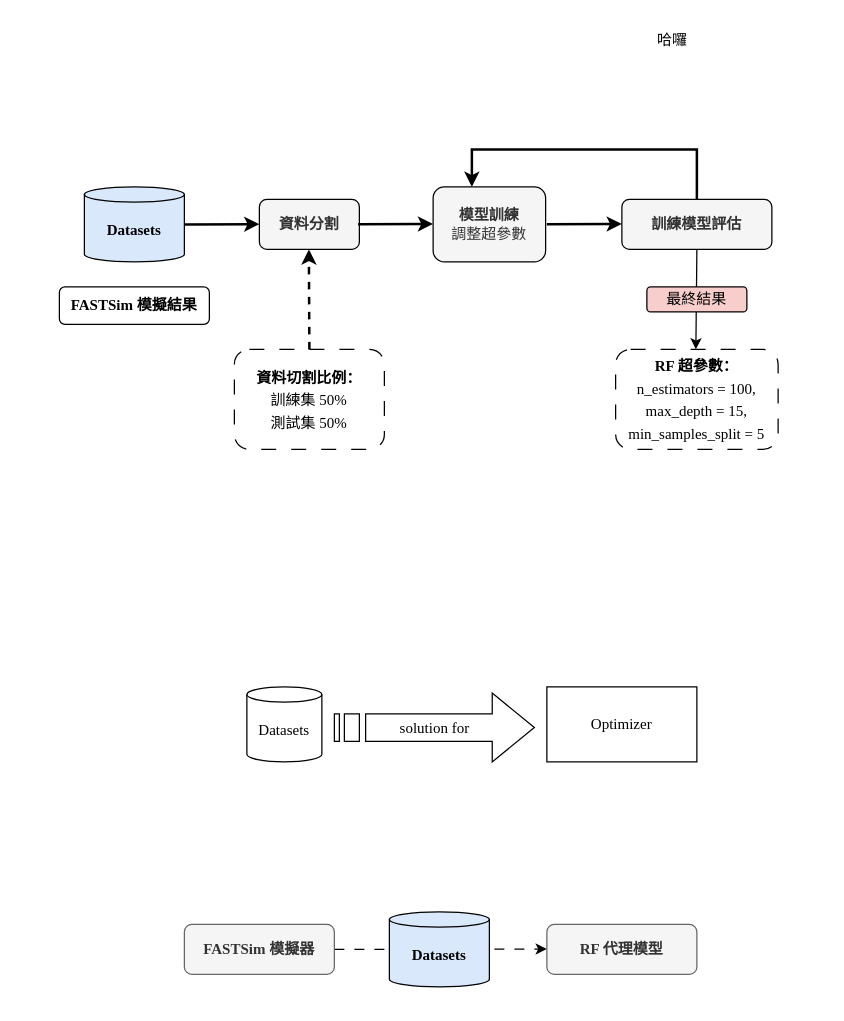
Above: page "第 2 页" (2 of 5) of 優化器模擬器互動.drawio in lai20021015/Automobile-energy-consumption-detector (draw.io), before the change. Source tidied: cells renumbered, new cells numbered last; positions are measured from the earlier drawing's top-left corner, leaving out a move shared by most shapes. Both pictures are drawn from the tidied source at 125%, with x=0, y=0 at pixel (21, 21).
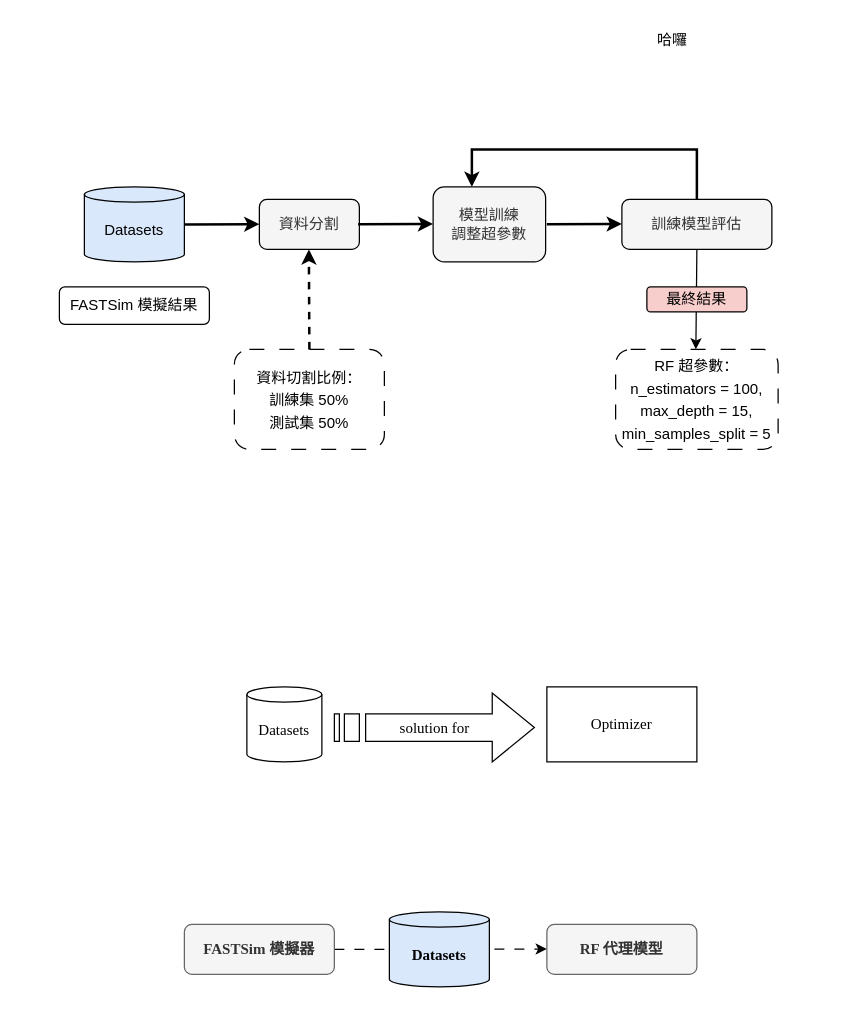
The same diagram, later.

Diff of the diagram source:
```diff
@@
-    <mxCell id="2" style="rounded=0;whiteSpace=wrap;html=1;strokeColor=#FFFFFF;" parent="1" vertex="1">
+    <mxCell id="2" style="rounded=0;whiteSpace=wrap;html=1;strokeColor=#FFFFFF;fontFamily=標楷體;fontStyle=0;" parent="1" vertex="1">
       <mxGeometry y="62" width="640" height="320" as="geometry" />
     </mxCell>
@@
-    <mxCell id="11" value="&lt;b&gt;Datasets&lt;/b&gt;" style="shape=cylinder3;whiteSpace=wrap;html=1;boundedLbl=1;backgroundOutline=1;size=6.10344827586232;fontFamily=Times New Roman;fillColor=#dae8fc;strokeColor=#000000;" parent="1" vertex="1">
+    <mxCell id="11" value="&lt;span&gt;Datasets&lt;/span&gt;" style="shape=cylinder3;whiteSpace=wrap;html=1;boundedLbl=1;backgroundOutline=1;size=6.10344827586232;fontFamily=標楷體;fillColor=#dae8fc;strokeColor=#000000;fontStyle=0;" parent="1" vertex="1">
       <mxGeometry x="50" y="132" width="80" height="60" as="geometry" />
     </mxCell>
-    <mxCell id="12" value="&lt;font face=&quot;Times New Roman&quot;&gt;&lt;b&gt;FASTSim 模擬結果&lt;/b&gt;&lt;/font&gt;" style="rounded=1;whiteSpace=wrap;html=1;" parent="1" vertex="1">
+    <mxCell id="12" value="&lt;font&gt;&lt;span&gt;FASTSim 模擬結果&lt;/span&gt;&lt;/font&gt;" style="rounded=1;whiteSpace=wrap;html=1;fontFamily=標楷體;fontStyle=0;" parent="1" vertex="1">
       <mxGeometry x="30" y="212" width="120" height="30" as="geometry" />
     </mxCell>
-    <mxCell id="13" value="&lt;font face=&quot;Times New Roman&quot;&gt;&lt;b&gt;資料分割&lt;/b&gt;&lt;/font&gt;" style="rounded=1;whiteSpace=wrap;html=1;fillColor=#f5f5f5;fontColor=#333333;strokeColor=#000000;" parent="1" vertex="1">
+    <mxCell id="13" value="&lt;font&gt;&lt;span&gt;資料分割&lt;/span&gt;&lt;/font&gt;" style="rounded=1;whiteSpace=wrap;html=1;fillColor=#f5f5f5;fontColor=#333333;strokeColor=#000000;fontFamily=標楷體;fontStyle=0;" parent="1" vertex="1">
       <mxGeometry x="190" y="142" width="80" height="40" as="geometry" />
     </mxCell>
-    <mxCell id="14" value="&lt;div style=&quot;line-height: 150%;&quot;&gt;&lt;font face=&quot;Times New Roman&quot;&gt;&lt;b&gt;資料切割比例：&lt;/b&gt;&lt;/font&gt;&lt;div&gt;&lt;font face=&quot;Times New Roman&quot;&gt;訓練集 50%&lt;/font&gt;&lt;/div&gt;&lt;div&gt;&lt;font face=&quot;Times New Roman&quot;&gt;測試集 50%&lt;/font&gt;&lt;/div&gt;&lt;/div&gt;" style="rounded=1;whiteSpace=wrap;html=1;dashed=1;dashPattern=12 12;" parent="1" vertex="1">
+    <mxCell id="14" value="&lt;div style=&quot;line-height: 150%;&quot;&gt;&lt;font&gt;&lt;span&gt;資料切割比例：&lt;/span&gt;&lt;/font&gt;&lt;div&gt;&lt;font&gt;訓練集 50%&lt;/font&gt;&lt;/div&gt;&lt;div&gt;&lt;font&gt;測試集 50%&lt;/font&gt;&lt;/div&gt;&lt;/div&gt;" style="rounded=1;whiteSpace=wrap;html=1;dashed=1;dashPattern=12 12;fontFamily=標楷體;fontStyle=0;" parent="1" vertex="1">
       <mxGeometry x="170" y="262" width="120" height="80" as="geometry" />
     </mxCell>
-    <mxCell id="15" value="&lt;font face=&quot;Times New Roman&quot;&gt;&lt;b&gt;模型訓練&lt;/b&gt;&lt;/font&gt;&lt;div&gt;&lt;font face=&quot;Times New Roman&quot;&gt;調整超參數&lt;/font&gt;&lt;/div&gt;" style="rounded=1;whiteSpace=wrap;html=1;fillColor=#f5f5f5;fontColor=#333333;strokeColor=#000000;" parent="1" vertex="1">
+    <mxCell id="15" value="&lt;font&gt;&lt;span&gt;模型訓練&lt;/span&gt;&lt;/font&gt;&lt;div&gt;&lt;font&gt;調整超參數&lt;/font&gt;&lt;/div&gt;" style="rounded=1;whiteSpace=wrap;html=1;fillColor=#f5f5f5;fontColor=#333333;strokeColor=#000000;fontFamily=標楷體;fontStyle=0;" parent="1" vertex="1">
       <mxGeometry x="329" y="132" width="90" height="60" as="geometry" />
     </mxCell>
-    <mxCell id="16" value="&lt;font face=&quot;Times New Roman&quot;&gt;訓練模型評估&lt;/font&gt;" style="rounded=1;whiteSpace=wrap;html=1;fontStyle=1;fillColor=#f5f5f5;fontColor=#333333;strokeColor=#000000;" parent="1" vertex="1">
+    <mxCell id="16" value="&lt;font&gt;訓練模型評估&lt;/font&gt;" style="rounded=1;whiteSpace=wrap;html=1;fontStyle=0;fillColor=#f5f5f5;fontColor=#333333;strokeColor=#000000;fontFamily=標楷體;" parent="1" vertex="1">
       <mxGeometry x="480" y="142" width="120" height="40" as="geometry" />
     </mxCell>
-    <mxCell id="17" value="&lt;div style=&quot;line-height: 150%;&quot;&gt;&lt;font face=&quot;Times New Roman&quot;&gt;&lt;b&gt;RF 超參數：&lt;/b&gt;&lt;/font&gt;&lt;div&gt;&lt;font face=&quot;Times New Roman&quot;&gt;n_estimators = 100,&lt;/font&gt;&lt;/div&gt;&lt;div&gt;&lt;font face=&quot;Times New Roman&quot;&gt;max_depth = 15,&lt;/font&gt;&lt;/div&gt;&lt;div&gt;&lt;font face=&quot;Times New Roman&quot;&gt;min_samples_split = 5&lt;/font&gt;&lt;/div&gt;&lt;/div&gt;" style="rounded=1;whiteSpace=wrap;html=1;dashed=1;dashPattern=12 12;" parent="1" vertex="1">
+    <mxCell id="17" value="&lt;div style=&quot;line-height: 150%;&quot;&gt;&lt;font&gt;&lt;span&gt;RF 超參數：&lt;/span&gt;&lt;/font&gt;&lt;div&gt;&lt;font&gt;n_estimators = 100,&lt;/font&gt;&lt;/div&gt;&lt;div&gt;&lt;font&gt;max_depth = 15,&lt;/font&gt;&lt;/div&gt;&lt;div&gt;&lt;font&gt;min_samples_split = 5&lt;/font&gt;&lt;/div&gt;&lt;/div&gt;" style="rounded=1;whiteSpace=wrap;html=1;dashed=1;dashPattern=12 12;fontFamily=標楷體;fontStyle=0;" parent="1" vertex="1">
       <mxGeometry x="475" y="262" width="130" height="80" as="geometry" />
     </mxCell>
-    <mxCell id="18" style="endArrow=classic;html=1;rounded=0;dashed=1;strokeWidth=2;exitX=0.5;exitY=0;exitDx=0;exitDy=0;" parent="1" edge="1" source="14">
+    <mxCell id="18" style="endArrow=classic;html=1;rounded=0;dashed=1;strokeWidth=2;exitX=0.5;exitY=0;exitDx=0;exitDy=0;fontFamily=標楷體;fontStyle=0;" parent="1" edge="1" source="14">
       <mxGeometry relative="1" as="geometry">
         <mxPoint x="229.6" y="182" as="targetPoint" />
       </mxGeometry>
     </mxCell>
-    <mxCell id="19" style="endArrow=classic;html=1;rounded=0;strokeWidth=2;exitX=1;exitY=0.5;exitDx=0;exitDy=0;exitPerimeter=0;" parent="1" edge="1" source="11">
+    <mxCell id="19" style="endArrow=classic;html=1;rounded=0;strokeWidth=2;exitX=1;exitY=0.5;exitDx=0;exitDy=0;exitPerimeter=0;fontFamily=標楷體;fontStyle=0;" parent="1" edge="1" source="11">
       <mxGeometry relative="1" as="geometry">
         <mxPoint x="190" y="161.8" as="targetPoint" />
       </mxGeometry>
     </mxCell>
-    <mxCell id="20" style="endArrow=classic;html=1;rounded=0;exitX=0.5;exitY=1;exitDx=0;exitDy=0;" parent="1" edge="1" source="16">
+    <mxCell id="20" style="endArrow=classic;html=1;rounded=0;exitX=0.5;exitY=1;exitDx=0;exitDy=0;fontFamily=標楷體;fontStyle=0;" parent="1" edge="1" source="16">
       <mxGeometry relative="1" as="geometry">
         <mxPoint x="539.2" y="262" as="targetPoint" />
       </mxGeometry>
     </mxCell>
-    <mxCell id="21" style="endArrow=classic;html=1;rounded=0;strokeWidth=2;edgeStyle=orthogonalEdgeStyle;exitX=0.5;exitY=0;exitDx=0;exitDy=0;" parent="1" edge="1" source="16">
+    <mxCell id="21" style="endArrow=classic;html=1;rounded=0;strokeWidth=2;edgeStyle=orthogonalEdgeStyle;exitX=0.5;exitY=0;exitDx=0;exitDy=0;fontFamily=標楷體;fontStyle=0;" parent="1" edge="1" source="16">
       <mxGeometry relative="1" as="geometry">
         <mxPoint x="360" y="132" as="targetPoint" />
         <Array as="points">
           <mxPoint x="540" y="102" />
           <mxPoint x="360" y="102" />
         </Array>
       </mxGeometry>
     </mxCell>
-    <mxCell id="22" style="endArrow=classic;html=1;rounded=0;strokeWidth=2;exitX=1;exitY=0.5;exitDx=0;exitDy=0;exitPerimeter=0;" parent="1" edge="1">
+    <mxCell id="22" style="endArrow=classic;html=1;rounded=0;strokeWidth=2;exitX=1;exitY=0.5;exitDx=0;exitDy=0;exitPerimeter=0;fontFamily=標楷體;fontStyle=0;" parent="1" edge="1">
       <mxGeometry relative="1" as="geometry">
         <mxPoint x="269" y="161.8" as="sourcePoint" />
         <mxPoint x="329" y="161.6" as="targetPoint" />
       </mxGeometry>
     </mxCell>
-    <mxCell id="23" style="endArrow=classic;html=1;rounded=0;strokeWidth=2;exitX=1;exitY=0.5;exitDx=0;exitDy=0;exitPerimeter=0;" parent="1" edge="1">
+    <mxCell id="23" style="endArrow=classic;html=1;rounded=0;strokeWidth=2;exitX=1;exitY=0.5;exitDx=0;exitDy=0;exitPerimeter=0;fontFamily=標楷體;fontStyle=0;" parent="1" edge="1">
       <mxGeometry relative="1" as="geometry">
         <mxPoint x="420" y="161.8" as="sourcePoint" />
         <mxPoint x="480" y="161.6" as="targetPoint" />
       </mxGeometry>
     </mxCell>
-    <mxCell id="24" value="&lt;font face=&quot;Times New Roman&quot;&gt;最終結果&lt;/font&gt;" style="rounded=1;whiteSpace=wrap;html=1;fillColor=#f8cecc;strokeColor=#000000;" parent="1" vertex="1">
+    <mxCell id="24" value="&lt;font&gt;最終結果&lt;/font&gt;" style="rounded=1;whiteSpace=wrap;html=1;fillColor=#f8cecc;strokeColor=#000000;fontFamily=標楷體;fontStyle=0;" parent="1" vertex="1">
       <mxGeometry x="500" y="212" width="80" height="20" as="geometry" />
     </mxCell>
```
